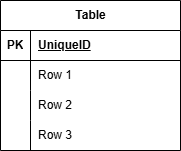
This is IPL_2024_ER.png from Rupam-1/Pyspark_Project_IPL_2024, a draw.io export, as it was before one commit. Source tidied: cells renumbered, new cells last; positions are measured from the earlier drawing's top-left corner, leaving out a move shared by most shapes. Source of this version:
```xml
<mxGraphModel>
  <root>
    <mxCell id="0" />
    <mxCell id="1" parent="0" />
    <mxCell id="2" value="Table" style="shape=table;startSize=30;rowLines=0;fontStyle=1;align=center;html=1;" parent="1" vertex="1">
      <mxGeometry width="180" height="150" as="geometry" />
    </mxCell>
    <mxCell id="3" style="shape=tableRow;horizontal=0;startSize=0;swimlaneHead=0;swimlaneBody=0;fillColor=none;top=0;left=0;right=0;bottom=1;" parent="2" vertex="1">
      <mxGeometry y="30" width="180" height="30" as="geometry" />
    </mxCell>
    <mxCell id="4" value="PK" style="shape=partialRectangle;fillColor=none;top=0;left=0;bottom=0;right=0;fontStyle=1;overflow=hidden;whiteSpace=wrap;html=1;" parent="3" vertex="1">
      <mxGeometry width="30" height="30" as="geometry" />
    </mxCell>
    <mxCell id="5" value="UniqueID" style="shape=partialRectangle;fillColor=none;top=0;left=0;bottom=0;right=0;align=left;spacingLeft=6;fontStyle=5;overflow=hidden;whiteSpace=wrap;html=1;" parent="3" vertex="1">
      <mxGeometry x="30" width="150" height="30" as="geometry" />
    </mxCell>
    <mxCell id="6" style="shape=tableRow;horizontal=0;startSize=0;swimlaneHead=0;swimlaneBody=0;fillColor=none;top=0;left=0;right=0;bottom=0;" parent="2" vertex="1">
      <mxGeometry y="60" width="180" height="30" as="geometry" />
    </mxCell>
    <mxCell id="7" style="shape=partialRectangle;fillColor=none;top=0;left=0;bottom=0;right=0;overflow=hidden;whiteSpace=wrap;html=1;" parent="6" vertex="1">
      <mxGeometry width="30" height="30" as="geometry" />
    </mxCell>
    <mxCell id="8" value="Row 1" style="shape=partialRectangle;fillColor=none;top=0;left=0;bottom=0;right=0;align=left;spacingLeft=6;overflow=hidden;whiteSpace=wrap;html=1;" parent="6" vertex="1">
      <mxGeometry x="30" width="150" height="30" as="geometry" />
    </mxCell>
    <mxCell id="9" style="shape=tableRow;horizontal=0;startSize=0;swimlaneHead=0;swimlaneBody=0;fillColor=none;top=0;left=0;right=0;bottom=0;" parent="2" vertex="1">
      <mxGeometry y="90" width="180" height="30" as="geometry" />
    </mxCell>
    <mxCell id="10" style="shape=partialRectangle;fillColor=none;top=0;left=0;bottom=0;right=0;overflow=hidden;whiteSpace=wrap;html=1;" parent="9" vertex="1">
      <mxGeometry width="30" height="30" as="geometry" />
    </mxCell>
    <mxCell id="11" value="Row 2" style="shape=partialRectangle;fillColor=none;top=0;left=0;bottom=0;right=0;align=left;spacingLeft=6;overflow=hidden;whiteSpace=wrap;html=1;" parent="9" vertex="1">
      <mxGeometry x="30" width="150" height="30" as="geometry" />
    </mxCell>
    <mxCell id="12" style="shape=tableRow;horizontal=0;startSize=0;swimlaneHead=0;swimlaneBody=0;fillColor=none;top=0;left=0;right=0;bottom=0;" parent="2" vertex="1">
      <mxGeometry y="120" width="180" height="30" as="geometry" />
    </mxCell>
    <mxCell id="13" style="shape=partialRectangle;fillColor=none;top=0;left=0;bottom=0;right=0;overflow=hidden;whiteSpace=wrap;html=1;" parent="12" vertex="1">
      <mxGeometry width="30" height="30" as="geometry" />
    </mxCell>
    <mxCell id="14" value="Row 3" style="shape=partialRectangle;fillColor=none;top=0;left=0;bottom=0;right=0;align=left;spacingLeft=6;overflow=hidden;whiteSpace=wrap;html=1;" parent="12" vertex="1">
      <mxGeometry x="30" width="150" height="30" as="geometry" />
    </mxCell>
  </root>
</mxGraphModel>
```
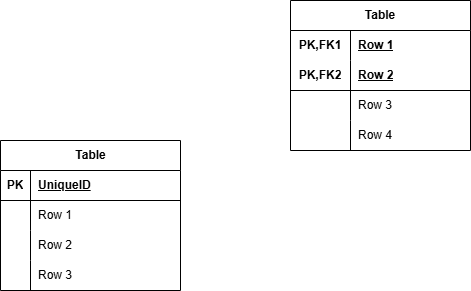
After the change.

What changed in the source:
```diff
@@ -41,5 +41,44 @@
     <mxCell id="14" value="Row 3" style="shape=partialRectangle;fillColor=none;top=0;left=0;bottom=0;right=0;align=left;spacingLeft=6;overflow=hidden;whiteSpace=wrap;html=1;" parent="12" vertex="1">
       <mxGeometry x="30" width="150" height="30" as="geometry" />
     </mxCell>
+    <mxCell id="15" value="Table" style="shape=table;startSize=30;rowLines=0;fontStyle=1;align=center;html=1;whiteSpace=wrap;" parent="1" vertex="1">
+      <mxGeometry x="290" y="-140" width="180" height="150" as="geometry" />
+    </mxCell>
+    <mxCell id="16" style="shape=tableRow;horizontal=0;startSize=0;swimlaneHead=0;swimlaneBody=0;fillColor=none;top=0;left=0;right=0;bottom=0;html=1;" parent="15" vertex="1">
+      <mxGeometry y="30" width="180" height="30" as="geometry" />
+    </mxCell>
+    <mxCell id="17" value="PK,FK1" style="shape=partialRectangle;fillColor=none;top=0;left=0;bottom=0;right=0;fontStyle=1;overflow=hidden;html=1;whiteSpace=wrap;" parent="16" vertex="1">
+      <mxGeometry width="60" height="30" as="geometry" />
+    </mxCell>
+    <mxCell id="18" value="Row 1" style="shape=partialRectangle;fillColor=none;top=0;left=0;bottom=0;right=0;align=left;spacingLeft=6;fontStyle=5;overflow=hidden;html=1;whiteSpace=wrap;" parent="16" vertex="1">
+      <mxGeometry x="60" width="120" height="30" as="geometry" />
+    </mxCell>
+    <mxCell id="19" style="shape=tableRow;horizontal=0;startSize=0;swimlaneHead=0;swimlaneBody=0;fillColor=none;top=0;left=0;right=0;bottom=1;html=1;" parent="15" vertex="1">
+      <mxGeometry y="60" width="180" height="30" as="geometry" />
+    </mxCell>
+    <mxCell id="20" value="PK,FK2" style="shape=partialRectangle;fillColor=none;top=0;left=0;bottom=0;right=0;fontStyle=1;overflow=hidden;html=1;whiteSpace=wrap;" parent="19" vertex="1">
+      <mxGeometry width="60" height="30" as="geometry" />
+    </mxCell>
+    <mxCell id="21" value="Row 2" style="shape=partialRectangle;fillColor=none;top=0;left=0;bottom=0;right=0;align=left;spacingLeft=6;fontStyle=5;overflow=hidden;html=1;whiteSpace=wrap;" parent="19" vertex="1">
+      <mxGeometry x="60" width="120" height="30" as="geometry" />
+    </mxCell>
+    <mxCell id="22" style="shape=tableRow;horizontal=0;startSize=0;swimlaneHead=0;swimlaneBody=0;fillColor=none;top=0;left=0;right=0;bottom=0;html=1;" parent="15" vertex="1">
+      <mxGeometry y="90" width="180" height="30" as="geometry" />
+    </mxCell>
+    <mxCell id="23" style="shape=partialRectangle;fillColor=none;top=0;left=0;bottom=0;right=0;overflow=hidden;html=1;whiteSpace=wrap;" parent="22" vertex="1">
+      <mxGeometry width="60" height="30" as="geometry" />
+    </mxCell>
+    <mxCell id="24" value="Row 3" style="shape=partialRectangle;fillColor=none;top=0;left=0;bottom=0;right=0;align=left;spacingLeft=6;overflow=hidden;html=1;whiteSpace=wrap;" parent="22" vertex="1">
+      <mxGeometry x="60" width="120" height="30" as="geometry" />
+    </mxCell>
+    <mxCell id="25" style="shape=tableRow;horizontal=0;startSize=0;swimlaneHead=0;swimlaneBody=0;fillColor=none;top=0;left=0;right=0;bottom=0;html=1;" parent="15" vertex="1">
+      <mxGeometry y="120" width="180" height="30" as="geometry" />
+    </mxCell>
+    <mxCell id="26" style="shape=partialRectangle;fillColor=none;top=0;left=0;bottom=0;right=0;overflow=hidden;html=1;whiteSpace=wrap;" parent="25" vertex="1">
+      <mxGeometry width="60" height="30" as="geometry" />
+    </mxCell>
+    <mxCell id="27" value="Row 4" style="shape=partialRectangle;fillColor=none;top=0;left=0;bottom=0;right=0;align=left;spacingLeft=6;overflow=hidden;html=1;whiteSpace=wrap;" parent="25" vertex="1">
+      <mxGeometry x="60" width="120" height="30" as="geometry" />
+    </mxCell>
   </root>
 </mxGraphModel>
```
